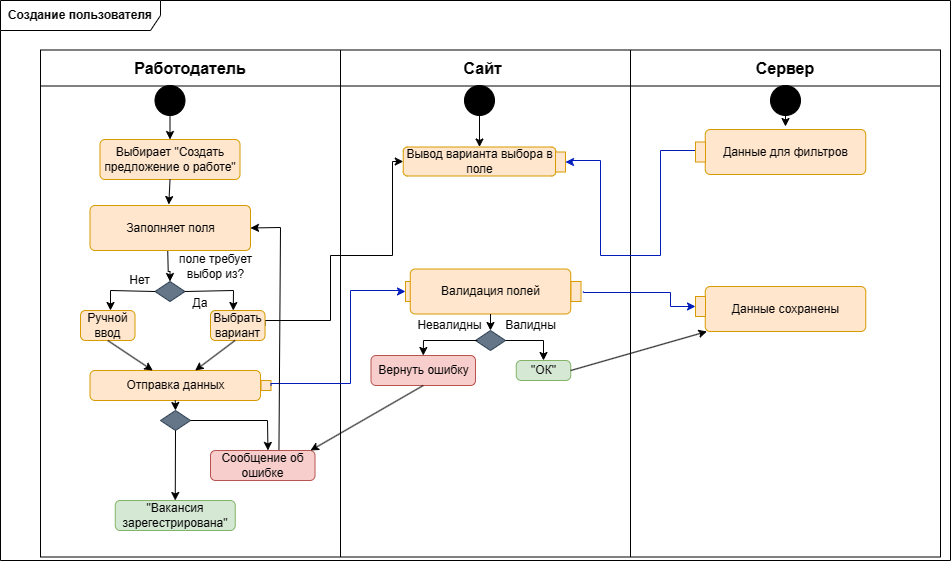
The draw.io diagram Vacancy_publishing.drawio.png in Reem-Almasri/Freelancer-SPM, before a commit. Source tidied: cells renumbered, new cells last; positions are measured from the earlier drawing's top-left corner, leaving out a move shared by most shapes.
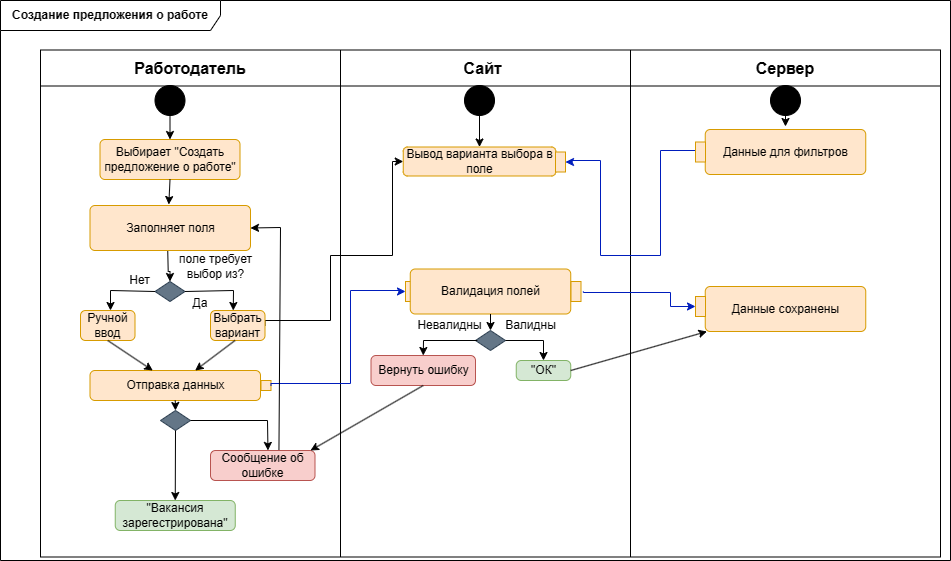
After the commit.

What changed in the source:
```diff
@@ -2,7 +2,7 @@
   <root>
     <mxCell id="0" />
     <mxCell id="1" parent="0" />
-    <mxCell id="2" value="&lt;b&gt;Создание пользователя&lt;br&gt;&lt;/b&gt;" style="shape=umlFrame;whiteSpace=wrap;html=1;width=160;" parent="1" vertex="1">
+    <mxCell id="2" value="&lt;b&gt;Создание предложения о работе&lt;br&gt;&lt;/b&gt;" style="shape=umlFrame;whiteSpace=wrap;html=1;width=220;height=30;" parent="1" vertex="1">
       <mxGeometry width="950" height="560" as="geometry" />
     </mxCell>
     <mxCell id="3" style="shape=table;startSize=0;fontSize=16;" parent="2" vertex="1">
```
